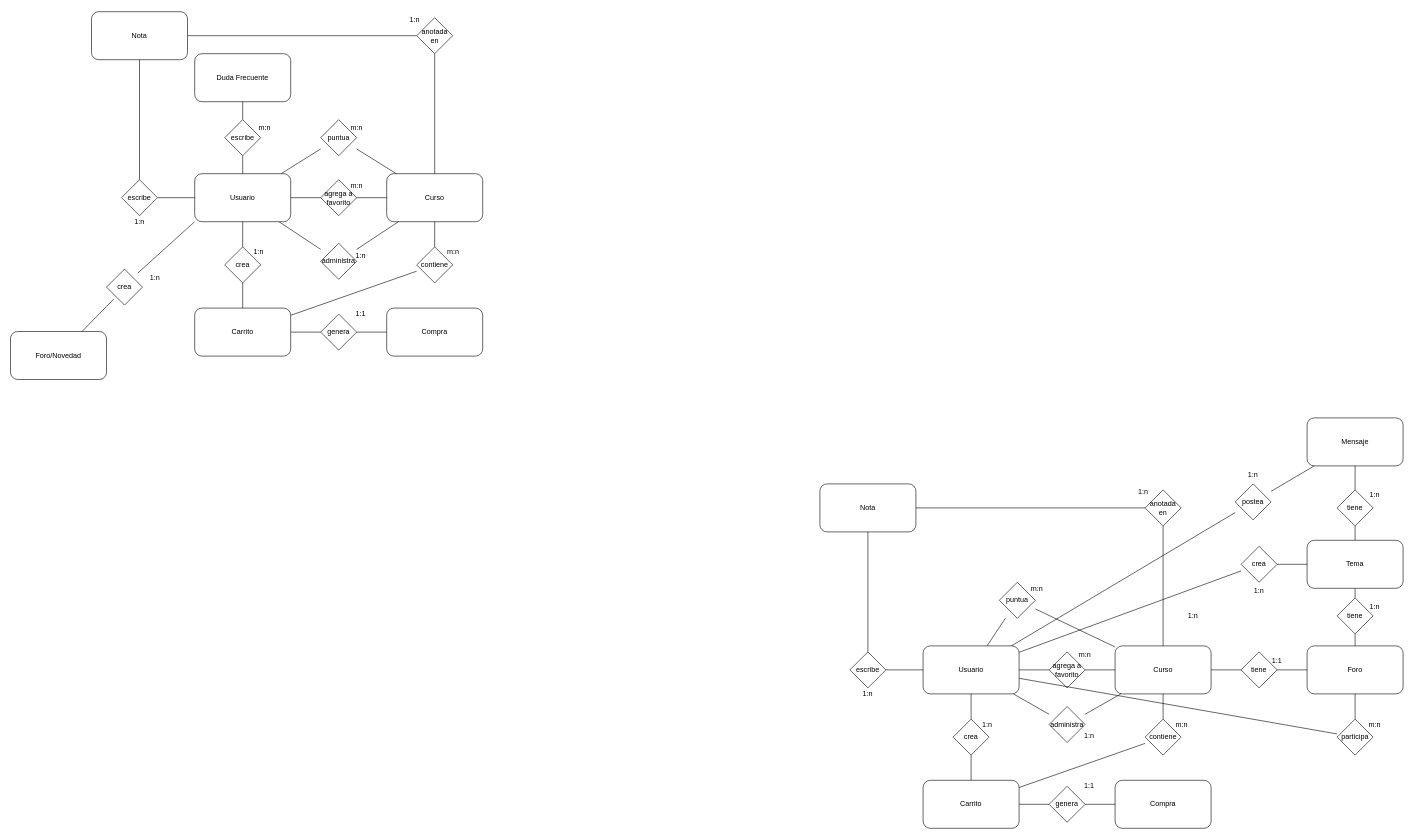
Above: UML/diagrama_chen_tpi.drawio in GDieser/tpc-equipo-12A (draw.io), before the change. Source tidied: cells renumbered, new cells numbered last; positions are measured from the earlier drawing's top-left corner, leaving out a move shared by most shapes. Both pictures are drawn from the tidied source at 60%, with x=0, y=0 at pixel (10, 10).
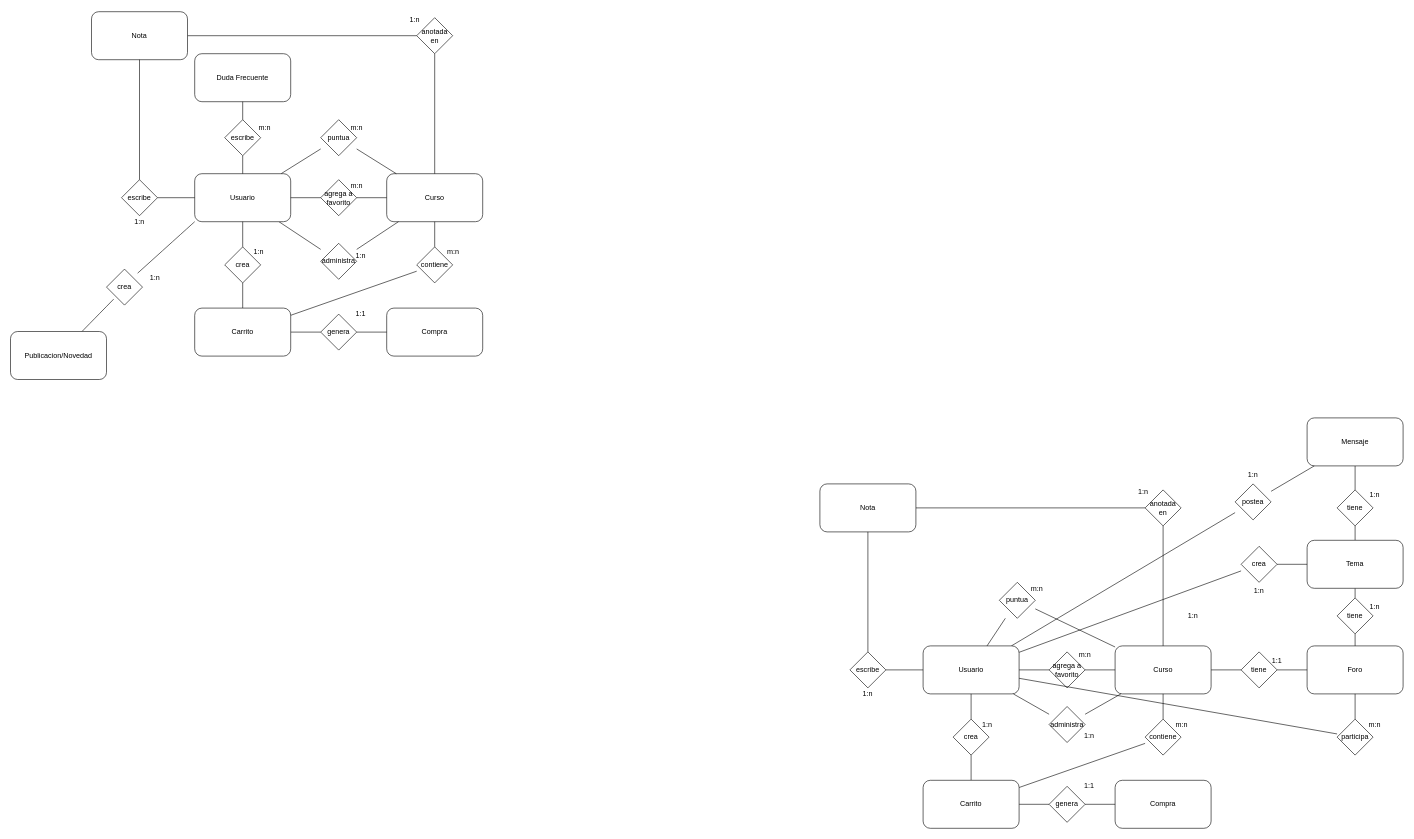
The same diagram, later.

Change to the diagram source:
```diff
@@
-    <mxCell id="112" value="Foro/Novedad" style="shape=rectangle;whiteSpace=wrap;html=1;rounded=1;" parent="1" vertex="1">
+    <mxCell id="112" value="Publicacion/Novedad" style="shape=rectangle;whiteSpace=wrap;html=1;rounded=1;" parent="1" vertex="1">
       <mxGeometry y="535" width="160" height="80" as="geometry" />
     </mxCell>
```
